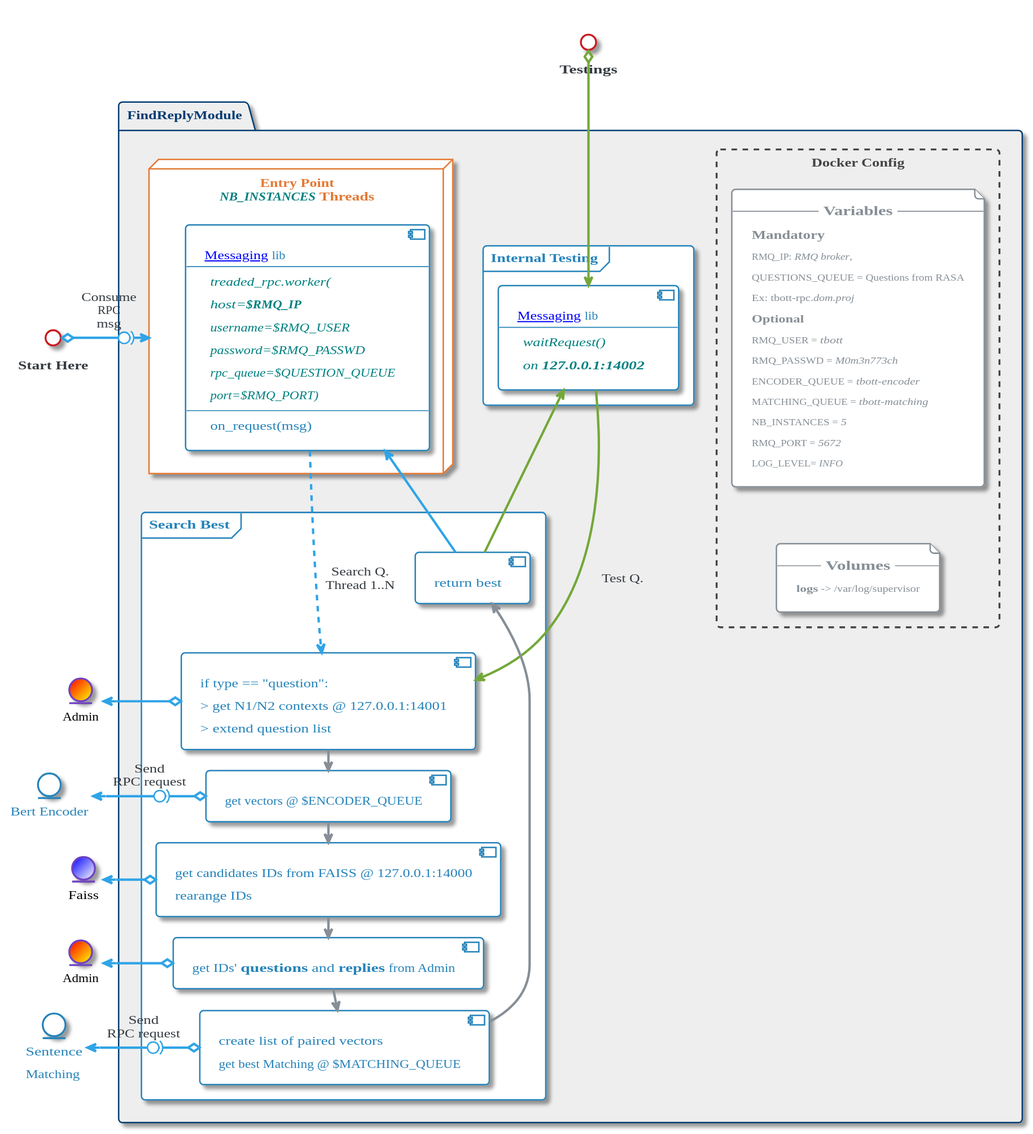
Earlier version of the PlantUML export images/plantuml/FindReply/find_reply/FindReply_Full.svg (momenttech/maestro-architecture).
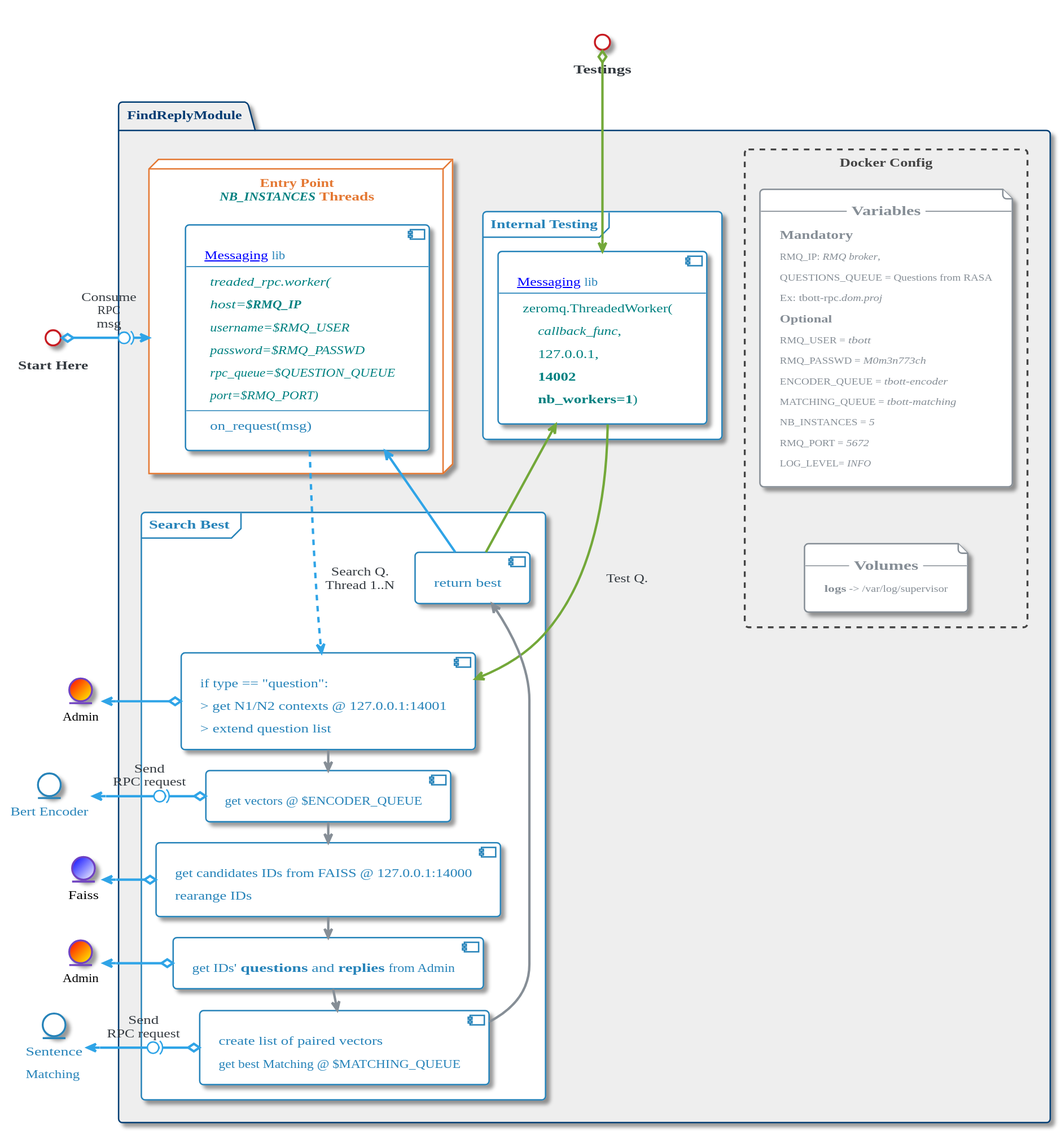
After the commit.

Change to the diagram source:
```diff
@@ -437,8 +437,11 @@
             component MSG_T [
                 [[http://10.165.64.205/AI/Messaging Messaging]] lib
                 ----
-                <i><color:teal>waitRequest()</color></i>
-                <i><color:teal>on <b>127.0.0.1:14002</b></color></i>
+                <color:teal>zeromq.ThreadedWorker(</color>
+                <color:teal>    <i>callback_func</i>,</color>
+                <color:teal>    127.0.0.1,</color>
+                <color:teal>    <b>14002</b></color>
+                <color:teal>    <b>nb_workers=1</b>)</color>
                 ]
         }
         TestFindings o-d-> MSG_T<<TEST>>
```
